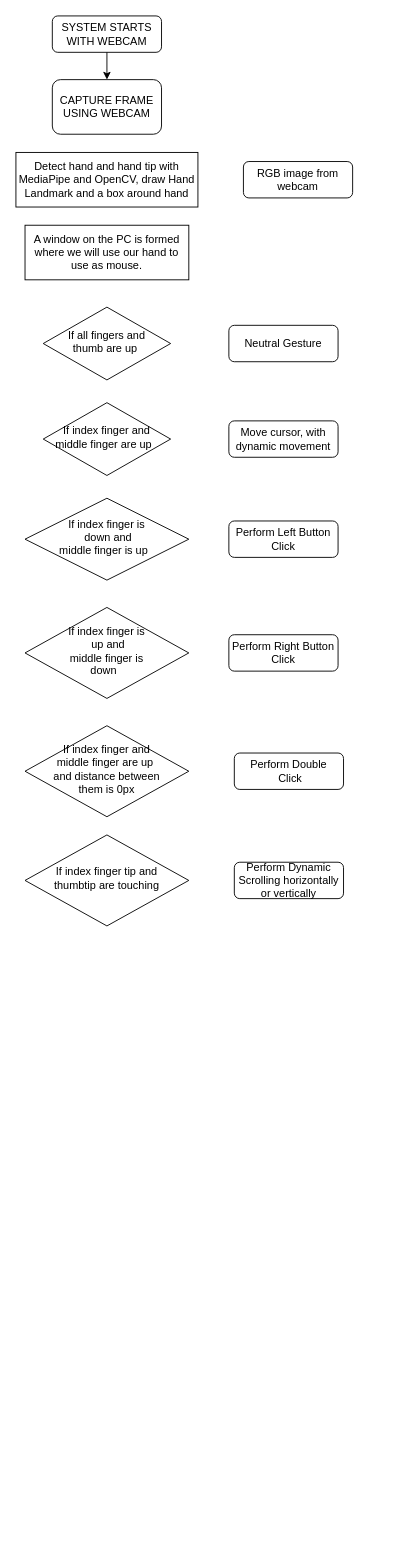
The draw.io diagram Untitled Diagram.drawio in dency6/Gesture-Controlled-Virtual-Mouse, before the edit. Source tidied: cells renumbered, new cells numbered last; positions are measured from the earlier drawing's top-left corner, leaving out a move shared by most shapes. Both pictures are drawn from the tidied source at 91%, with x=0, y=0 at pixel (15, 15).
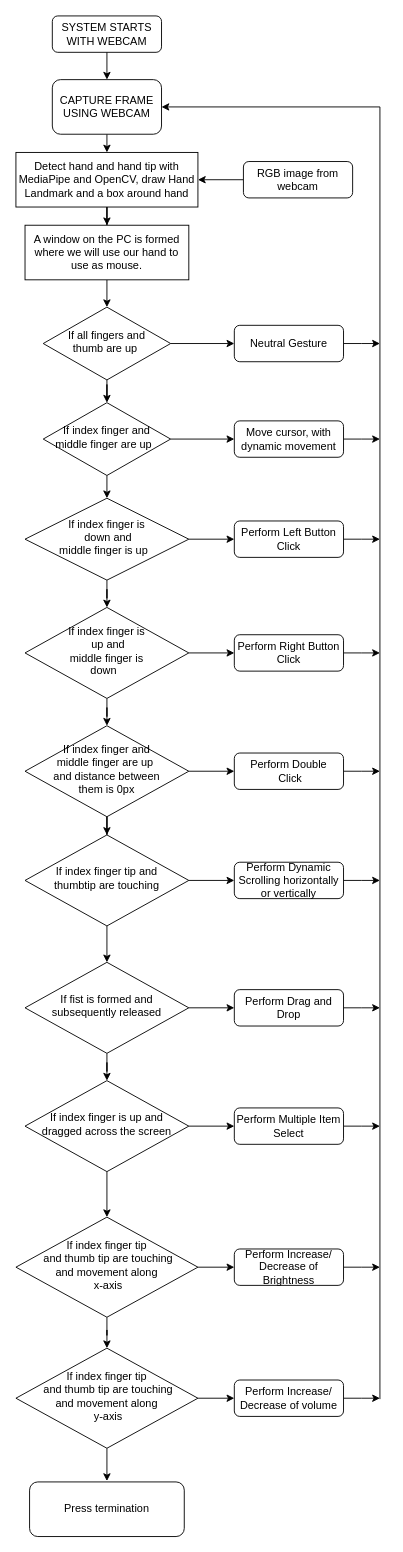
The same page after the edit.

The change refers to these unchanged cells:
```xml
<mxCell id="3" value="If all fingers and &lt;br&gt;thumb are up&amp;nbsp;" style="rhombus;whiteSpace=wrap;html=1;shadow=0;fontFamily=Helvetica;fontSize=12;align=center;strokeWidth=1;spacing=6;spacingTop=-4;" parent="1" vertex="1">
  <mxGeometry x="30" y="320" width="140" height="80" as="geometry" />
</mxCell>
<mxCell id="4" value="RGB image from webcam" style="rounded=1;whiteSpace=wrap;html=1;fontSize=12;glass=0;strokeWidth=1;shadow=0;" parent="1" vertex="1">
  <mxGeometry x="250" y="160" width="120" height="40" as="geometry" />
</mxCell>
<mxCell id="6" value="CAPTURE FRAME USING WEBCAM" style="rounded=1;whiteSpace=wrap;html=1;" parent="1" vertex="1">
  <mxGeometry x="40" y="70" width="120" height="60" as="geometry" />
</mxCell>
<mxCell id="8" value="Detect hand and hand tip with MediaPipe and OpenCV, draw Hand Landmark and a box around hand" style="rounded=0;whiteSpace=wrap;html=1;" parent="1" vertex="1">
  <mxGeometry y="150" width="200" height="60" as="geometry" />
</mxCell>
<mxCell id="9" value="A window on the PC is formed where we will use our hand to use as mouse." style="rounded=0;whiteSpace=wrap;html=1;" parent="1" vertex="1">
  <mxGeometry x="10" y="230" width="180" height="60" as="geometry" />
</mxCell>
<mxCell id="10" value="If index finger and &lt;br&gt;middle finger are up&amp;nbsp;&amp;nbsp;" style="rhombus;whiteSpace=wrap;html=1;shadow=0;fontFamily=Helvetica;fontSize=12;align=center;strokeWidth=1;spacing=6;spacingTop=-4;" parent="1" vertex="1">
  <mxGeometry x="30" y="425" width="140" height="80" as="geometry" />
</mxCell>
<mxCell id="12" value="If index finger is&lt;br&gt;&amp;nbsp;down and &lt;br&gt;middle finger is up&amp;nbsp;&amp;nbsp;" style="rhombus;whiteSpace=wrap;html=1;shadow=0;fontFamily=Helvetica;fontSize=12;align=center;strokeWidth=1;spacing=6;spacingTop=-4;" parent="1" vertex="1">
  <mxGeometry x="10" y="530" width="180" height="90" as="geometry" />
</mxCell>
<mxCell id="13" value="If index finger is&lt;br&gt;&amp;nbsp;up and &lt;br&gt;middle finger is &lt;br&gt;down&amp;nbsp;&amp;nbsp;" style="rhombus;whiteSpace=wrap;html=1;shadow=0;fontFamily=Helvetica;fontSize=12;align=center;strokeWidth=1;spacing=6;spacingTop=-4;" parent="1" vertex="1">
  <mxGeometry x="10" y="650" width="180" height="100" as="geometry" />
</mxCell>
<mxCell id="16" value="If index finger and &lt;br&gt;middle finger are up&amp;nbsp;&lt;br&gt;and distance between &lt;br&gt;them is 0px" style="rhombus;whiteSpace=wrap;html=1;shadow=0;fontFamily=Helvetica;fontSize=12;align=center;strokeWidth=1;spacing=6;spacingTop=-4;" parent="1" vertex="1">
  <mxGeometry x="10" y="780" width="180" height="100" as="geometry" />
</mxCell>
<mxCell id="17" value="Perform Double&lt;br&gt;&amp;nbsp;Click" style="rounded=1;whiteSpace=wrap;html=1;fontSize=12;glass=0;strokeWidth=1;shadow=0;" parent="1" vertex="1">
  <mxGeometry x="240" y="810" width="120" height="40" as="geometry" />
</mxCell>
<mxCell id="18" value="If index finger tip and &lt;br&gt;thumbtip are touching" style="rhombus;whiteSpace=wrap;html=1;shadow=0;fontFamily=Helvetica;fontSize=12;align=center;strokeWidth=1;spacing=6;spacingTop=-4;" parent="1" vertex="1">
  <mxGeometry x="10" y="900" width="180" height="100" as="geometry" />
</mxCell>
<mxCell id="19" value="Perform Dynamic Scrolling horizontally or vertically" style="rounded=1;whiteSpace=wrap;html=1;fontSize=12;glass=0;strokeWidth=1;shadow=0;" parent="1" vertex="1">
  <mxGeometry x="240" y="930" width="120" height="40" as="geometry" />
</mxCell>
```

What changed in the source:
```diff
@@
+    <mxCell id="20" style="edgeStyle=orthogonalEdgeStyle;rounded=0;jettySize=auto;html=1;exitX=0.5;exitY=1;exitDx=0;exitDy=0;" parent="1" edge="1" source="3" target="10">
+      <mxGeometry relative="1" as="geometry" />
+    </mxCell>
+    <mxCell id="21" style="edgeStyle=orthogonalEdgeStyle;rounded=0;jettySize=auto;html=1;exitX=1;exitY=0.5;exitDx=0;exitDy=0;entryX=0;entryY=0.5;entryDx=0;entryDy=0;" parent="1" edge="1" source="3" target="5">
+      <mxGeometry relative="1" as="geometry" />
+    </mxCell>
@@
+    <mxCell id="22" style="edgeStyle=orthogonalEdgeStyle;rounded=0;jettySize=auto;html=1;exitX=0;exitY=0.5;exitDx=0;exitDy=0;" parent="1" edge="1" source="4" target="8">
+      <mxGeometry relative="1" as="geometry" />
+    </mxCell>
@@
+    <mxCell id="23" style="edgeStyle=orthogonalEdgeStyle;rounded=0;jettySize=auto;html=1;exitX=1;exitY=0.5;exitDx=0;exitDy=0;" parent="1" edge="1" source="5">
+      <mxGeometry relative="1" as="geometry">
+        <mxPoint x="400" y="360" as="targetPoint" />
+      </mxGeometry>
+    </mxCell>
     <mxCell id="5" value="Neutral Gesture" style="rounded=1;whiteSpace=wrap;html=1;fontSize=12;glass=0;strokeWidth=1;shadow=0;" parent="1" vertex="1">
-      <mxGeometry x="234" y="340" width="120" height="40" as="geometry" />
+      <mxGeometry x="240" y="340" width="120" height="40" as="geometry" />
     </mxCell>
+    <mxCell id="24" style="edgeStyle=orthogonalEdgeStyle;rounded=0;jettySize=auto;html=1;exitX=0.5;exitY=1;exitDx=0;exitDy=0;entryX=0.5;entryY=0;entryDx=0;entryDy=0;" parent="1" edge="1" source="6" target="8">
+      <mxGeometry relative="1" as="geometry" />
+    </mxCell>
@@
+    <mxCell id="25" style="edgeStyle=orthogonalEdgeStyle;rounded=0;jettySize=auto;html=1;exitX=0.5;exitY=1;exitDx=0;exitDy=0;" parent="1" edge="1" source="8" target="9">
+      <mxGeometry relative="1" as="geometry" />
+    </mxCell>
@@
+    <mxCell id="26" style="edgeStyle=orthogonalEdgeStyle;rounded=0;jettySize=auto;html=1;exitX=0.5;exitY=1;exitDx=0;exitDy=0;entryX=0.5;entryY=0;entryDx=0;entryDy=0;" parent="1" edge="1" source="9" target="3">
+      <mxGeometry relative="1" as="geometry" />
+    </mxCell>
@@
+    <mxCell id="27" style="edgeStyle=orthogonalEdgeStyle;rounded=0;jettySize=auto;html=1;exitX=0.5;exitY=1;exitDx=0;exitDy=0;entryX=0.5;entryY=0;entryDx=0;entryDy=0;" parent="1" edge="1" source="10" target="12">
+      <mxGeometry relative="1" as="geometry" />
+    </mxCell>
+    <mxCell id="28" style="edgeStyle=orthogonalEdgeStyle;rounded=0;jettySize=auto;html=1;exitX=1;exitY=0.5;exitDx=0;exitDy=0;entryX=0;entryY=0.5;entryDx=0;entryDy=0;" parent="1" edge="1" source="10" target="11">
+      <mxGeometry relative="1" as="geometry" />
+    </mxCell>
@@
+    <mxCell id="29" style="edgeStyle=orthogonalEdgeStyle;rounded=0;jettySize=auto;html=1;exitX=1;exitY=0.5;exitDx=0;exitDy=0;" parent="1" edge="1" source="11">
+      <mxGeometry relative="1" as="geometry">
+        <mxPoint x="400" y="465" as="targetPoint" />
+      </mxGeometry>
+    </mxCell>
     <mxCell id="11" value="Move cursor, with dynamic movement" style="rounded=1;whiteSpace=wrap;html=1;fontSize=12;glass=0;strokeWidth=1;shadow=0;" parent="1" vertex="1">
-      <mxGeometry x="234" y="445" width="120" height="40" as="geometry" />
+      <mxGeometry x="240" y="445" width="120" height="40" as="geometry" />
     </mxCell>
+    <mxCell id="30" style="edgeStyle=orthogonalEdgeStyle;rounded=0;jettySize=auto;html=1;exitX=0.5;exitY=1;exitDx=0;exitDy=0;" parent="1" edge="1" source="12" target="13">
+      <mxGeometry relative="1" as="geometry" />
+    </mxCell>
+    <mxCell id="31" style="edgeStyle=orthogonalEdgeStyle;rounded=0;jettySize=auto;html=1;exitX=1;exitY=0.5;exitDx=0;exitDy=0;entryX=0;entryY=0.5;entryDx=0;entryDy=0;" parent="1" edge="1" source="12" target="14">
+      <mxGeometry relative="1" as="geometry" />
+    </mxCell>
@@
+    <mxCell id="32" style="edgeStyle=orthogonalEdgeStyle;rounded=0;jettySize=auto;html=1;exitX=0.5;exitY=1;exitDx=0;exitDy=0;" parent="1" edge="1" source="13" target="16">
+      <mxGeometry relative="1" as="geometry" />
+    </mxCell>
+    <mxCell id="33" style="edgeStyle=orthogonalEdgeStyle;rounded=0;jettySize=auto;html=1;exitX=1;exitY=0.5;exitDx=0;exitDy=0;entryX=0;entryY=0.5;entryDx=0;entryDy=0;" parent="1" edge="1" source="13" target="15">
+      <mxGeometry relative="1" as="geometry" />
+    </mxCell>
@@
+    <mxCell id="34" style="edgeStyle=orthogonalEdgeStyle;rounded=0;jettySize=auto;html=1;exitX=1;exitY=0.5;exitDx=0;exitDy=0;" parent="1" edge="1" source="14">
+      <mxGeometry relative="1" as="geometry">
+        <mxPoint x="400" y="575" as="targetPoint" />
+      </mxGeometry>
+    </mxCell>
     <mxCell id="14" value="Perform Left Button Click" style="rounded=1;whiteSpace=wrap;html=1;fontSize=12;glass=0;strokeWidth=1;shadow=0;" parent="1" vertex="1">
-      <mxGeometry x="234" y="555" width="120" height="40" as="geometry" />
+      <mxGeometry x="240" y="555" width="120" height="40" as="geometry" />
     </mxCell>
+    <mxCell id="35" style="edgeStyle=orthogonalEdgeStyle;rounded=0;jettySize=auto;html=1;exitX=1;exitY=0.5;exitDx=0;exitDy=0;" parent="1" edge="1" source="15">
+      <mxGeometry relative="1" as="geometry">
+        <mxPoint x="400" y="700" as="targetPoint" />
+      </mxGeometry>
+    </mxCell>
     <mxCell id="15" value="Perform Right Button Click" style="rounded=1;whiteSpace=wrap;html=1;fontSize=12;glass=0;strokeWidth=1;shadow=0;" parent="1" vertex="1">
-      <mxGeometry x="234" y="680" width="120" height="40" as="geometry" />
+      <mxGeometry x="240" y="680" width="120" height="40" as="geometry" />
     </mxCell>
+    <mxCell id="36" style="edgeStyle=orthogonalEdgeStyle;rounded=0;jettySize=auto;html=1;exitX=0.5;exitY=1;exitDx=0;exitDy=0;" parent="1" edge="1" source="16" target="18">
+      <mxGeometry relative="1" as="geometry" />
+    </mxCell>
+    <mxCell id="37" style="edgeStyle=orthogonalEdgeStyle;rounded=0;jettySize=auto;html=1;exitX=1;exitY=0.5;exitDx=0;exitDy=0;entryX=0;entryY=0.5;entryDx=0;entryDy=0;" parent="1" edge="1" source="16" target="17">
+      <mxGeometry relative="1" as="geometry" />
+    </mxCell>
@@
+    <mxCell id="38" style="edgeStyle=orthogonalEdgeStyle;rounded=0;jettySize=auto;html=1;exitX=1;exitY=0.5;exitDx=0;exitDy=0;" parent="1" edge="1" source="17">
+      <mxGeometry relative="1" as="geometry">
+        <mxPoint x="400" y="830" as="targetPoint" />
+      </mxGeometry>
+    </mxCell>
@@
+    <mxCell id="39" style="edgeStyle=orthogonalEdgeStyle;rounded=0;jettySize=auto;html=1;exitX=0.5;exitY=1;exitDx=0;exitDy=0;entryX=0.5;entryY=0;entryDx=0;entryDy=0;" parent="1" edge="1" source="18" target="44">
+      <mxGeometry relative="1" as="geometry" />
+    </mxCell>
+    <mxCell id="40" style="edgeStyle=orthogonalEdgeStyle;rounded=0;jettySize=auto;html=1;exitX=1;exitY=0.5;exitDx=0;exitDy=0;entryX=0;entryY=0.5;entryDx=0;entryDy=0;" parent="1" edge="1" source="18" target="19">
+      <mxGeometry relative="1" as="geometry" />
+    </mxCell>
@@
+    <mxCell id="41" style="edgeStyle=orthogonalEdgeStyle;rounded=0;jettySize=auto;html=1;exitX=1;exitY=0.5;exitDx=0;exitDy=0;" parent="1" edge="1" source="19">
+      <mxGeometry relative="1" as="geometry">
+        <mxPoint x="400" y="950" as="targetPoint" />
+      </mxGeometry>
+    </mxCell>
@@
+    <mxCell id="42" style="edgeStyle=orthogonalEdgeStyle;rounded=0;jettySize=auto;html=1;exitX=0.5;exitY=1;exitDx=0;exitDy=0;" parent="1" edge="1" source="44" target="49">
+      <mxGeometry relative="1" as="geometry" />
+    </mxCell>
+    <mxCell id="43" style="edgeStyle=orthogonalEdgeStyle;rounded=0;jettySize=auto;html=1;exitX=1;exitY=0.5;exitDx=0;exitDy=0;entryX=0;entryY=0.5;entryDx=0;entryDy=0;" parent="1" edge="1" source="44" target="46">
+      <mxGeometry relative="1" as="geometry" />
+    </mxCell>
+    <mxCell id="44" value="If fist is formed and subsequently released" style="rhombus;whiteSpace=wrap;html=1;shadow=0;fontFamily=Helvetica;fontSize=12;align=center;strokeWidth=1;spacing=6;spacingTop=-4;" parent="1" vertex="1">
+      <mxGeometry x="10" y="1040" width="180" height="100" as="geometry" />
+    </mxCell>
+    <mxCell id="45" style="edgeStyle=orthogonalEdgeStyle;rounded=0;jettySize=auto;html=1;exitX=1;exitY=0.5;exitDx=0;exitDy=0;" parent="1" edge="1" source="46">
+      <mxGeometry relative="1" as="geometry">
+        <mxPoint x="400" y="1090" as="targetPoint" />
+      </mxGeometry>
+    </mxCell>
+    <mxCell id="46" value="Perform Drag and Drop" style="rounded=1;whiteSpace=wrap;html=1;fontSize=12;glass=0;strokeWidth=1;shadow=0;" parent="1" vertex="1">
+      <mxGeometry x="240" y="1070" width="120" height="40" as="geometry" />
+    </mxCell>
+    <mxCell id="47" style="edgeStyle=orthogonalEdgeStyle;rounded=0;jettySize=auto;html=1;exitX=0.5;exitY=1;exitDx=0;exitDy=0;entryX=0.5;entryY=0;entryDx=0;entryDy=0;" parent="1" edge="1" source="49" target="54">
+      <mxGeometry relative="1" as="geometry" />
+    </mxCell>
+    <mxCell id="48" style="edgeStyle=orthogonalEdgeStyle;rounded=0;jettySize=auto;html=1;exitX=1;exitY=0.5;exitDx=0;exitDy=0;entryX=0;entryY=0.5;entryDx=0;entryDy=0;" parent="1" edge="1" source="49" target="51">
+      <mxGeometry relative="1" as="geometry" />
+    </mxCell>
+    <mxCell id="49" value="If index finger is up and &lt;br&gt;dragged across the screen" style="rhombus;whiteSpace=wrap;html=1;shadow=0;fontFamily=Helvetica;fontSize=12;align=center;strokeWidth=1;spacing=6;spacingTop=-4;" parent="1" vertex="1">
+      <mxGeometry x="10" y="1170" width="180" height="100" as="geometry" />
+    </mxCell>
+    <mxCell id="50" style="edgeStyle=orthogonalEdgeStyle;rounded=0;jettySize=auto;html=1;exitX=1;exitY=0.5;exitDx=0;exitDy=0;" parent="1" edge="1" source="51">
+      <mxGeometry relative="1" as="geometry">
+        <mxPoint x="400" y="1220" as="targetPoint" />
+      </mxGeometry>
+    </mxCell>
+    <mxCell id="51" value="Perform Multiple Item Select" style="rounded=1;whiteSpace=wrap;html=1;fontSize=12;glass=0;strokeWidth=1;shadow=0;" parent="1" vertex="1">
+      <mxGeometry x="240" y="1200" width="120" height="40" as="geometry" />
+    </mxCell>
+    <mxCell id="52" style="edgeStyle=orthogonalEdgeStyle;rounded=0;jettySize=auto;html=1;exitX=0.5;exitY=1;exitDx=0;exitDy=0;" parent="1" edge="1" source="54" target="61">
+      <mxGeometry relative="1" as="geometry" />
+    </mxCell>
+    <mxCell id="53" style="edgeStyle=orthogonalEdgeStyle;rounded=0;jettySize=auto;html=1;exitX=1;exitY=0.5;exitDx=0;exitDy=0;entryX=0;entryY=0.5;entryDx=0;entryDy=0;" parent="1" edge="1" source="54" target="58">
+      <mxGeometry relative="1" as="geometry" />
+    </mxCell>
+    <mxCell id="54" value="If index finger tip&lt;br&gt;&amp;nbsp;and thumb tip are touching&lt;br&gt;and movement along&lt;br&gt;&amp;nbsp;x-axis" style="rhombus;whiteSpace=wrap;html=1;shadow=0;fontFamily=Helvetica;fontSize=12;align=center;strokeWidth=1;spacing=6;spacingTop=-4;" parent="1" vertex="1">
+      <mxGeometry y="1320" width="200" height="110" as="geometry" />
+    </mxCell>
+    <mxCell id="55" style="edgeStyle=orthogonalEdgeStyle;rounded=0;jettySize=auto;html=1;exitX=1;exitY=0.5;exitDx=0;exitDy=0;" parent="1" edge="1" source="56">
+      <mxGeometry relative="1" as="geometry">
+        <mxPoint x="400" y="1519" as="targetPoint" />
+      </mxGeometry>
+    </mxCell>
+    <mxCell id="56" value="Perform Increase/ Decrease of volume" style="rounded=1;whiteSpace=wrap;html=1;fontSize=12;glass=0;strokeWidth=1;shadow=0;" parent="1" vertex="1">
+      <mxGeometry x="240" y="1499" width="120" height="40" as="geometry" />
+    </mxCell>
+    <mxCell id="57" style="edgeStyle=orthogonalEdgeStyle;rounded=0;jettySize=auto;html=1;exitX=1;exitY=0.5;exitDx=0;exitDy=0;" parent="1" edge="1" source="58">
+      <mxGeometry relative="1" as="geometry">
+        <mxPoint x="400" y="1375" as="targetPoint" />
+      </mxGeometry>
+    </mxCell>
+    <mxCell id="58" value="&lt;span style=&quot;&quot;&gt;Perform Increase/ Decrease of Brightness&lt;/span&gt;" style="rounded=1;whiteSpace=wrap;html=1;fontSize=12;glass=0;strokeWidth=1;shadow=0;" parent="1" vertex="1">
+      <mxGeometry x="240" y="1355" width="120" height="40" as="geometry" />
+    </mxCell>
+    <mxCell id="59" style="edgeStyle=orthogonalEdgeStyle;rounded=0;jettySize=auto;html=1;exitX=1;exitY=0.5;exitDx=0;exitDy=0;entryX=0;entryY=0.5;entryDx=0;entryDy=0;" parent="1" edge="1" source="61" target="56">
+      <mxGeometry relative="1" as="geometry" />
+    </mxCell>
+    <mxCell id="60" style="edgeStyle=orthogonalEdgeStyle;rounded=0;jettySize=auto;html=1;exitX=0.5;exitY=1;exitDx=0;exitDy=0;" parent="1" edge="1" source="61">
+      <mxGeometry relative="1" as="geometry">
+        <mxPoint x="100" y="1610" as="targetPoint" />
+      </mxGeometry>
+    </mxCell>
+    <mxCell id="61" value="If index finger tip&lt;br&gt;&amp;nbsp;and thumb tip are touching&lt;br&gt;and movement along&lt;br&gt;&amp;nbsp;y-axis" style="rhombus;whiteSpace=wrap;html=1;shadow=0;fontFamily=Helvetica;fontSize=12;align=center;strokeWidth=1;spacing=6;spacingTop=-4;" parent="1" vertex="1">
+      <mxGeometry y="1464" width="200" height="110" as="geometry" />
+    </mxCell>
+    <mxCell id="62" value="Press termination" style="rounded=1;whiteSpace=wrap;html=1;" parent="1" vertex="1">
+      <mxGeometry x="15" y="1611" width="170" height="60" as="geometry" />
+    </mxCell>
+    <mxCell id="63" style="endArrow=classic;html=1;rounded=0;entryX=1;entryY=0.5;entryDx=0;entryDy=0;" parent="1" edge="1" target="6">
+      <mxGeometry relative="1" as="geometry">
+        <mxPoint x="400" y="1520" as="sourcePoint" />
+        <Array as="points">
+          <mxPoint x="400" y="100" />
+        </Array>
+      </mxGeometry>
+    </mxCell>
```
